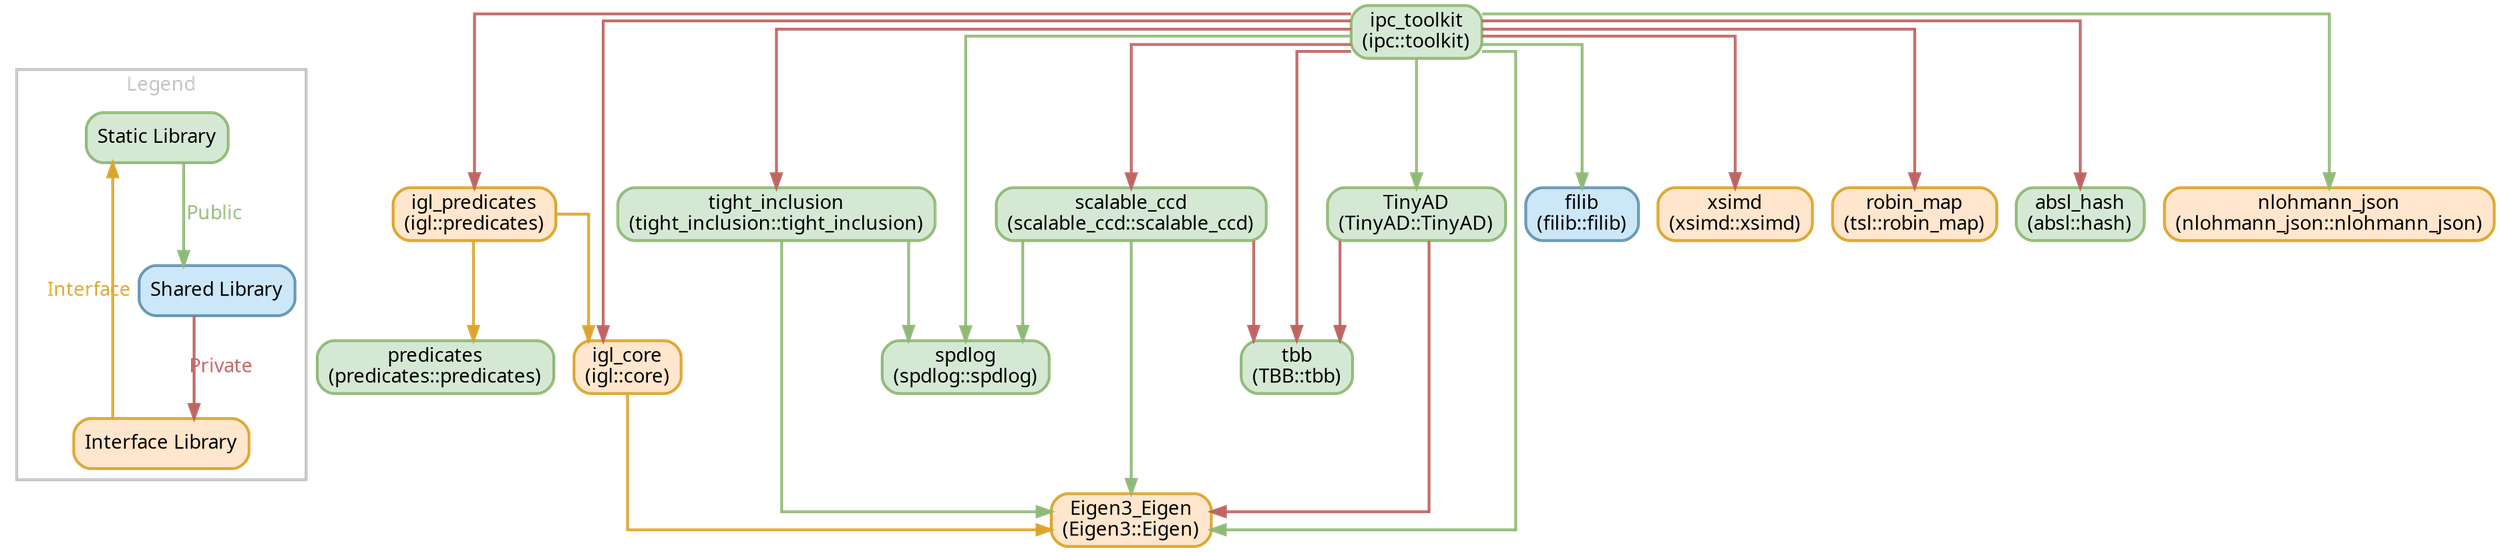
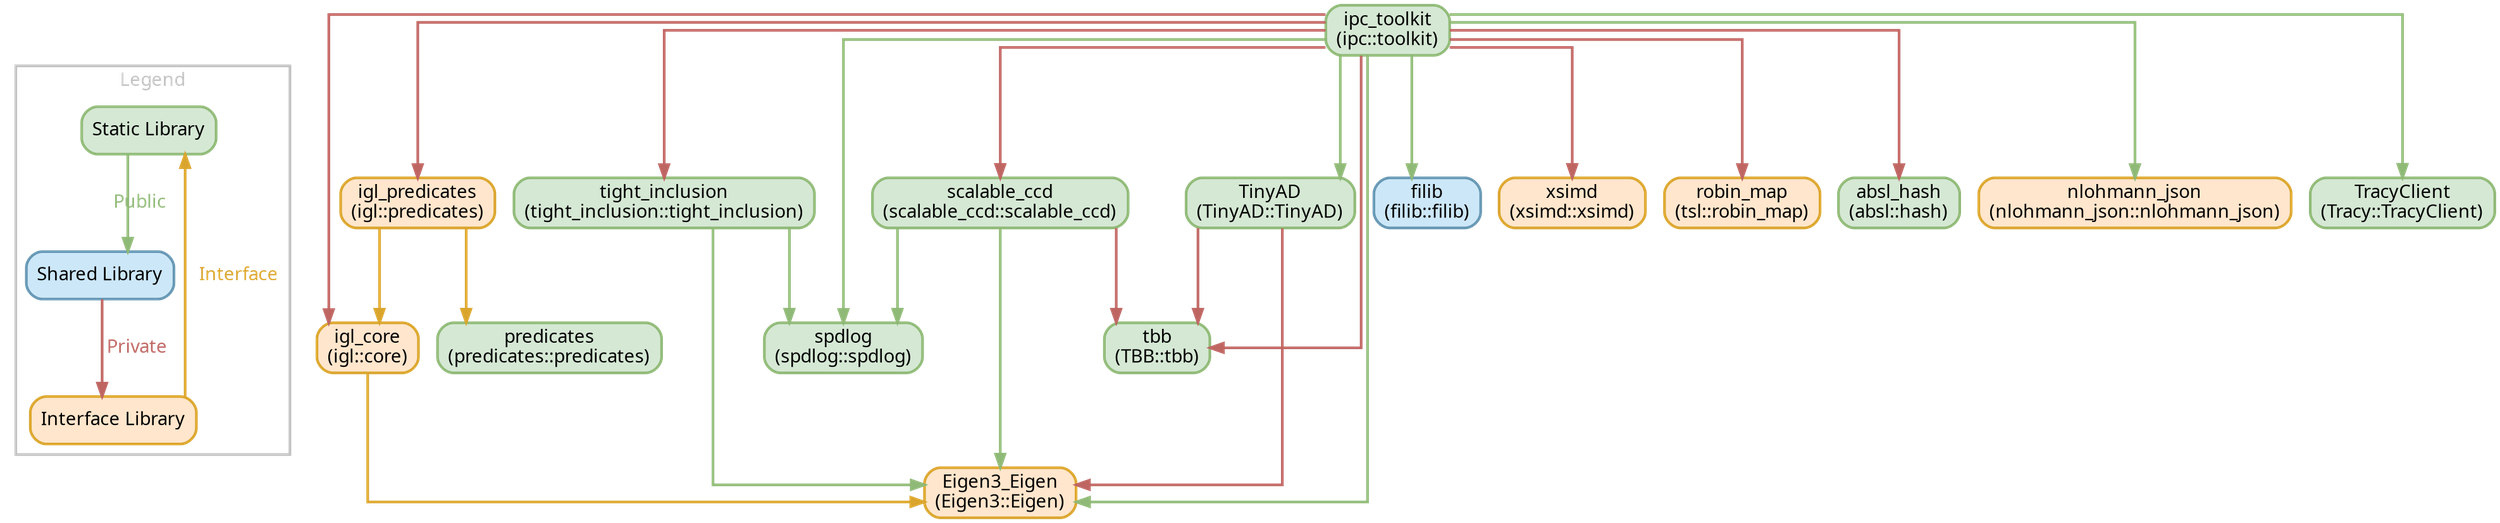
digraph "IPC Toolkit Dependencies" {
    bgcolor = "transparent";
    splines = ortho;
    layout = dot;
    nodesep = 0.2;
    ranksep = 0.5;
    node [fontname = "Menlo"; style = filled; penwidth = 2;];
    edge [penwidth = 2; fontname = "Menlo";];
    subgraph clusterLegend {
        label = "Legend";
        color = "grey";
        fontcolor = "grey";
        fontname = "Avenir Medium";
        penwidth = 2;
        node [fontname = "Avenir Light";];
        edge [fontname = "Avenir Light";];
        legendNode0 [label = "Static Library";shape = box;style = "rounded,filled";fillcolor = "#D5E8D4";color = "#8FB976";];
        legendNode1 [label = "Shared Library";shape = box;style = "rounded,filled";fillcolor = "#CCE7F8";color = "#6596B2";];
        legendNode2 [label = "Interface Library";shape = box;style = "rounded,filled";fillcolor = "#FFE6CC";color = "#DAA52D";];
        legendNode0 -> legendNode1 [label = "Public"; color = "#8FB976"; fontcolor = "#8FB976";];
        legendNode2 -> legendNode0 [label = "Interface"; color = "#DAA52D"; fontcolor = "#DAA52D";];
        legendNode1 -> legendNode2 [label = "Private"; color = "#BE6562"; fontcolor = "#BE6562";];
    }
    // Force ipc_toolkit to top
    subgraph {
        rank = "source";
        "node5";
    }
    "node0" [label = "Eigen3_Eigen\n(Eigen3::Eigen)";shape = box;style = "rounded,filled";fillcolor = "#FFE6CC";color = "#DAA52D";];
    "node1" [label = "filib\n(filib::filib)";shape = box;style = "rounded,filled";fillcolor = "#CCE7F8";color = "#6596B2";];
    "node2" [label = "igl_core\n(igl::core)";shape = box;style = "rounded,filled";fillcolor = "#FFE6CC";color = "#DAA52D";];
    "node2" -> "node0" [color = "#DAA52D";];
    // igl_core -> Eigen3_Eigen
    "node3" [label = "igl_predicates\n(igl::predicates)";shape = box;style = "rounded,filled";fillcolor = "#FFE6CC";color = "#DAA52D";];
    "node3" -> "node2" [color = "#DAA52D";];
    // igl_predicates -> igl_core
    "node4" [label = "predicates\n(predicates::predicates)";shape = box;style = "rounded,filled";fillcolor = "#D5E8D4";color = "#8FB976";];
    "node3" -> "node4" [color = "#DAA52D";];
    // igl_predicates -> predicates
    "node5" [label = "ipc_toolkit\n(ipc::toolkit)";shape = box;style = "rounded,filled";fillcolor = "#D5E8D4";color = "#8FB976";];
    "node5" -> "node0" [color = "#8FB976";];
    // ipc_toolkit -> Eigen3_Eigen
    "node5" -> "node1" [color = "#8FB976";];
    // ipc_toolkit -> filib
    "node5" -> "node2" [color = "#BE6562";];
    // ipc_toolkit -> igl_core
    "node5" -> "node3" [color = "#BE6562";];
    // ipc_toolkit -> igl_predicates
    "node15" [label = "xsimd\n(xsimd::xsimd)";shape = box;style = "rounded,filled";fillcolor = "#FFE6CC";color = "#DAA52D";];
    "node5" -> "node15" [color = "#BE6562";];
    // ipc_toolkit -> xsimd
    "node6" [label = "robin_map\n(tsl::robin_map)";shape = box;style = "rounded,filled";fillcolor = "#FFE6CC";color = "#DAA52D";];
    "node5" -> "node6" [color = "#BE6562";];
    // ipc_toolkit -> robin_map
    "node7" [label = "scalable_ccd\n(scalable_ccd::scalable_ccd)";shape = box;style = "rounded,filled";fillcolor = "#D5E8D4";color = "#8FB976";];
    "node7" -> "node0" [color = "#8FB976";];
    // scalable_ccd -> Eigen3_Eigen
    "node8" [label = "spdlog\n(spdlog::spdlog)";shape = box;style = "rounded,filled";fillcolor = "#D5E8D4";color = "#8FB976";];
    "node7" -> "node8" [color = "#8FB976";];
    // scalable_ccd -> spdlog
    "node9" [label = "tbb\n(TBB::tbb)";shape = box;style = "rounded,filled";fillcolor = "#D5E8D4";color = "#8FB976";];
    "node7" -> "node9" [color = "#BE6562";];
    // scalable_ccd -> tbb
    "node5" -> "node7" [color = "#BE6562";];
    // ipc_toolkit -> scalable_ccd
    "node5" -> "node8" [color = "#8FB976";];
    // ipc_toolkit -> spdlog
    "node5" -> "node9" [color = "#BE6562";];
    // ipc_toolkit -> tbb
    "node11" [label = "tight_inclusion\n(tight_inclusion::tight_inclusion)";shape = box;style = "rounded,filled";fillcolor = "#D5E8D4";color = "#8FB976";];
    "node11" -> "node0" [color = "#8FB976";];
    // tight_inclusion -> Eigen3_Eigen
    "node11" -> "node8" [color = "#8FB976";];
    // tight_inclusion -> spdlog
    "node5" -> "node11" [color = "#BE6562";];
    // ipc_toolkit -> tight_inclusion
    "node12" [label = "absl_hash\n(absl::hash)";shape = box;style = "rounded,filled";fillcolor = "#D5E8D4";color = "#8FB976";];
    "node5" -> "node12" [color = "#BE6562";];
    // ipc_toolkit -> TinyAD
    "node13" [label = "TinyAD\n(TinyAD::TinyAD)";shape = box;style = "rounded,filled";fillcolor = "#D5E8D4";color = "#8FB976";];
    "node5" -> "node13" [color = "#8FB976";];
    "node13" -> "node0" [color = "#BE6562";];
    "node13" -> "node9" [color = "#BE6562";];
    // ipc_toolkit -> nlohmann_json
    "node14" [label = "nlohmann_json\n(nlohmann_json::nlohmann_json)";shape = box;style = "rounded,filled";fillcolor = "#FFE6CC";color = "#DAA52D";];
    "node5" -> "node14" [color = "#8FB976";];
+     // ipc_toolkit -> tracy
+     "node16" [label = "TracyClient\n(Tracy::TracyClient)";shape = box;style = "rounded,filled";fillcolor = "#D5E8D4";color = "#8FB976";];
+     "node5" -> "node16" [color = "#8FB976";];
}